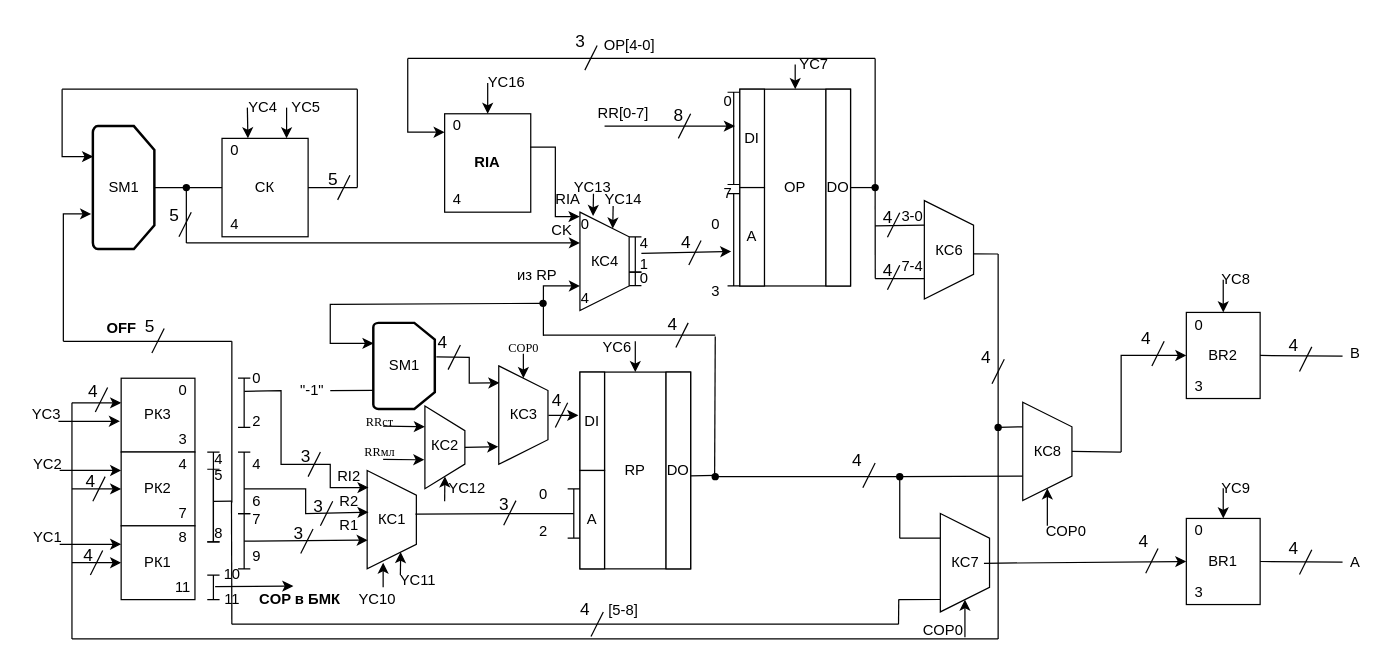
TimurQQ/Workshop keeps this draw.io diagram as func_scheme_BUK.drawio. Above is the earlier version. Source tidied: cells renumbered, new cells numbered last; positions are measured from the earlier drawing's top-left corner, leaving out a move shared by most shapes. Both pictures are drawn from the tidied source at 123%, with x=0, y=0 at pixel (21, 21).
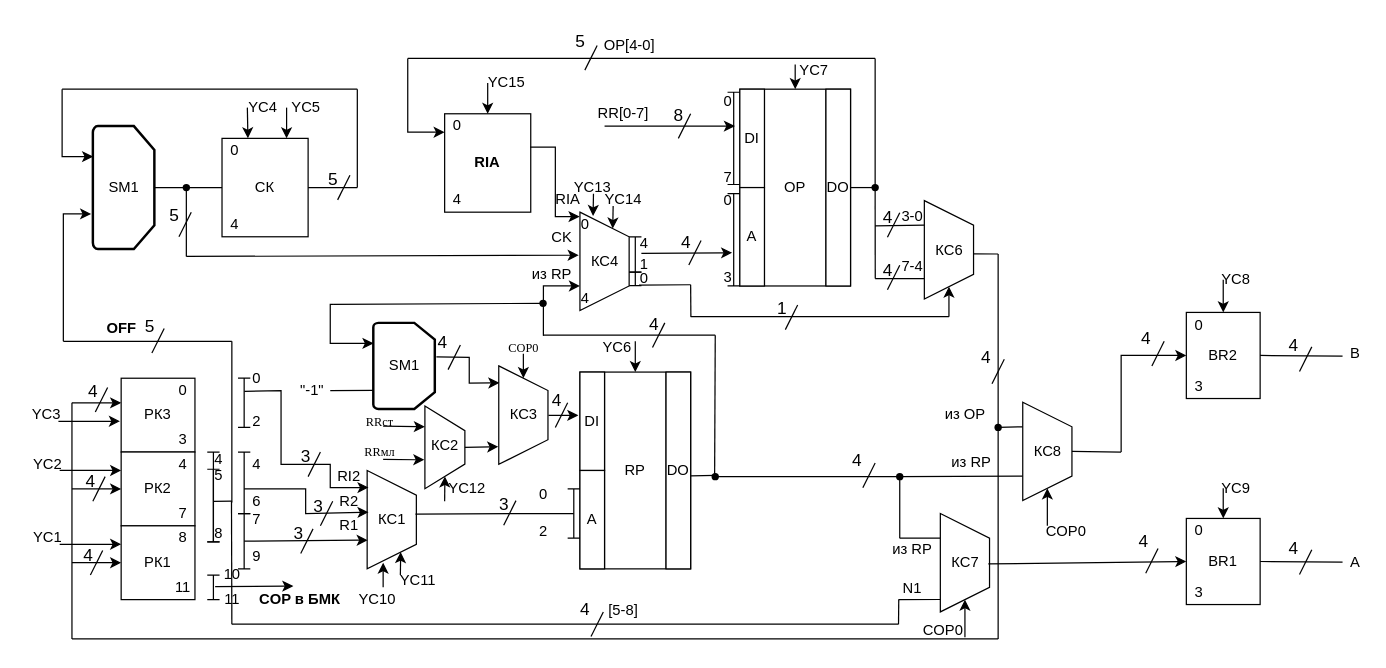
Above is the later version.

The change refers to these unchanged cells:
```xml
<mxCell id="29" value="BR1" style="rounded=0;whiteSpace=wrap;html=1;" parent="1" vertex="1">
  <mxGeometry x="947" y="404" width="60" height="70" as="geometry" />
</mxCell>
<mxCell id="91" style="shape=crossbar;whiteSpace=wrap;html=1;rounded=1;direction=south;" parent="1" vertex="1">
  <mxGeometry x="574" y="140" width="10" height="75" as="geometry" />
</mxCell>
<mxCell id="104" style="shape=trapezoid;perimeter=trapezoidPerimeter;whiteSpace=wrap;html=1;fixedSize=1;rotation=90;" parent="1" vertex="1">
  <mxGeometry x="714" y="165.6" width="80" height="40" as="geometry" />
</mxCell>
<mxCell id="125" style="shape=waypoint;sketch=0;fillStyle=solid;size=6;points=[];fillColor=none;perimeter=centerPerimeter;snapToPoint=1;" parent="1" vertex="1">
  <mxGeometry x="114" y="115" width="40" height="40" as="geometry" />
</mxCell>
<mxCell id="232" value="КС7" style="text;html=1;align=center;verticalAlign=middle;points=[];strokeColor=none;fillColor=none;" parent="1" vertex="1">
  <mxGeometry x="751" y="431" width="32" height="18" as="geometry" />
</mxCell>
<mxCell id="253" value="1" style="text;html=1;align=center;verticalAlign=middle;points=[];strokeColor=none;fillColor=none;" parent="1" vertex="1">
  <mxGeometry x="497" y="188.5" width="17" height="18" as="geometry" />
</mxCell>
```

What changed in the source:
```diff
@@
     <mxCell id="59" style="endArrow=none;html=1;rounded=0;" parent="1" edge="1">
       <mxGeometry relative="1" as="geometry">
         <mxPoint x="563.5" y="370" as="sourcePoint" />
-        <mxPoint x="564" y="256" as="targetPoint" />
+        <mxPoint x="564" y="255" as="targetPoint" />
       </mxGeometry>
     </mxCell>
@@
     <mxCell id="92" value="0" style="text;html=1;align=center;verticalAlign=middle;strokeColor=none;fillColor=none;" parent="1" vertex="1">
-      <mxGeometry x="554" y="155" width="20" height="20" as="geometry" />
+      <mxGeometry x="564" y="136" width="20" height="20" as="geometry" />
     </mxCell>
     <mxCell id="93" value="3" style="text;html=1;align=center;verticalAlign=middle;strokeColor=none;fillColor=none;" parent="1" vertex="1">
-      <mxGeometry x="554" y="210" width="20" height="20" as="geometry" />
+      <mxGeometry x="564" y="198" width="20" height="20" as="geometry" />
     </mxCell>
@@
     <mxCell id="97" value="из RP" style="text;html=1;align=center;verticalAlign=middle;strokeColor=none;fillColor=none;" parent="1" vertex="1">
-      <mxGeometry x="394" y="196.5" width="50" height="20" as="geometry" />
+      <mxGeometry x="406" y="195.6" width="50" height="20" as="geometry" />
     </mxCell>
@@
-    <mxCell id="103" style="endArrow=classic;html=1;rounded=0;exitX=0.408;exitY=0.004;exitDx=0;exitDy=0;exitPerimeter=0;" parent="1" edge="1" source="253">
-      <mxGeometry relative="1" as="geometry">
-        <mxPoint x="577" y="187" as="targetPoint" />
-      </mxGeometry>
+    <mxCell id="103" style="endArrow=classic;html=1;rounded=0;exitX=0.408;exitY=0.004;exitDx=0;exitDy=0;exitPerimeter=0;entryX=0.64;entryY=0.628;entryDx=0;entryDy=0;entryPerimeter=0;" parent="1" edge="1" source="253" target="91">
+      <mxGeometry relative="1" as="geometry" />
     </mxCell>
@@
     <mxCell id="123" style="endArrow=none;html=1;rounded=0;startArrow=none;" parent="1" edge="1" source="125">
       <mxGeometry relative="1" as="geometry">
-        <mxPoint x="134" y="180" as="targetPoint" />
+        <mxPoint x="134" y="191" as="targetPoint" />
       </mxGeometry>
     </mxCell>
     <mxCell id="124" style="endArrow=classic;html=1;rounded=0;" parent="1" edge="1">
       <mxGeometry relative="1" as="geometry">
-        <mxPoint x="134" y="180" as="sourcePoint" />
-        <mxPoint x="454" y="180" as="targetPoint" />
+        <mxPoint x="134" y="191" as="sourcePoint" />
+        <mxPoint x="453" y="190" as="targetPoint" />
       </mxGeometry>
     </mxCell>
@@
     <mxCell id="129" value="CK" style="text;html=1;align=center;verticalAlign=middle;strokeColor=none;fillColor=none;" parent="1" vertex="1">
-      <mxGeometry x="424" y="160" width="30" height="20" as="geometry" />
+      <mxGeometry x="424" y="165.6" width="30" height="20" as="geometry" />
     </mxCell>
@@
     <mxCell id="167" style="endArrow=none;html=1;rounded=0;fontFamily=Helvetica;fontSize=18;" parent="1" edge="1">
       <mxGeometry relative="1" as="geometry">
-        <mxPoint x="532" y="265" as="sourcePoint" />
-        <mxPoint x="542" y="245" as="targetPoint" />
+        <mxPoint x="513" y="265" as="sourcePoint" />
+        <mxPoint x="523" y="245" as="targetPoint" />
       </mxGeometry>
     </mxCell>
     <mxCell id="168" value="&lt;font style=&quot;font-size: 14px;&quot;&gt;4&lt;/font&gt;" style="text;html=1;align=center;verticalAlign=middle;strokeColor=none;fillColor=none;fontSize=18;fontFamily=Helvetica;" parent="1" vertex="1">
-      <mxGeometry x="519" y="230" width="20" height="30" as="geometry" />
+      <mxGeometry x="504" y="230" width="20" height="30" as="geometry" />
     </mxCell>
@@
-    <mxCell id="170" value="&lt;font style=&quot;font-size: 14px;&quot;&gt;3&lt;/font&gt;" style="text;html=1;align=center;verticalAlign=middle;strokeColor=none;fillColor=none;fontSize=18;fontFamily=Helvetica;" parent="1" vertex="1">
-      <mxGeometry x="444" width="20" height="30" as="geometry" />
+    <mxCell id="170" value="&lt;font style=&quot;font-size: 14px;&quot;&gt;5&lt;/font&gt;" style="text;html=1;align=center;verticalAlign=middle;strokeColor=none;fillColor=none;fontSize=18;fontFamily=Helvetica;" parent="1" vertex="1">
+      <mxGeometry x="445" y="1" width="18" height="28" as="geometry" />
     </mxCell>
@@
     <mxCell id="199" value="7" style="text;html=1;align=center;verticalAlign=middle;strokeColor=none;fillColor=none;" parent="1" vertex="1">
-      <mxGeometry x="564" y="130" width="20" height="20" as="geometry" />
+      <mxGeometry x="564" y="116.5" width="20" height="20" as="geometry" />
     </mxCell>
@@
     <mxCell id="211" value="YC7" style="text;html=1;align=center;verticalAlign=middle;strokeColor=none;fillColor=none;fontSize=12;fontFamily=Helvetica;" parent="1" vertex="1">
-      <mxGeometry x="624" y="25" width="40" height="20" as="geometry" />
+      <mxGeometry x="624" y="30" width="40" height="20" as="geometry" />
     </mxCell>
@@
-    <mxCell id="229" value="YC16" style="text;html=1;align=center;verticalAlign=middle;strokeColor=none;fillColor=none;fontSize=12;fontFamily=Helvetica;" parent="1" vertex="1">
-      <mxGeometry x="369" y="40" width="50" height="20" as="geometry" />
+    <mxCell id="229" value="YC15" style="text;html=1;align=center;verticalAlign=middle;strokeColor=none;fillColor=none;fontSize=12;fontFamily=Helvetica;" parent="1" vertex="1">
+      <mxGeometry x="374" y="41" width="40" height="18" as="geometry" />
     </mxCell>
@@
-    <mxCell id="243" style="endArrow=classic;html=1;rounded=0;exitX=0.983;exitY=0.525;exitDx=0;exitDy=0;exitPerimeter=0;entryX=0;entryY=0.5;entryDx=0;entryDy=0;" parent="1" edge="1" source="232" target="29">
-      <mxGeometry relative="1" as="geometry" />
+    <mxCell id="243" style="endArrow=classic;html=1;rounded=0;entryX=0;entryY=0.5;entryDx=0;entryDy=0;" parent="1" edge="1" target="29">
+      <mxGeometry relative="1" as="geometry">
+        <mxPoint x="786" y="441" as="sourcePoint" />
+      </mxGeometry>
     </mxCell>
@@
+    <mxCell id="255" style="endArrow=none;html=1;rounded=0;startArrow=none;" parent="1" edge="1">
+      <mxGeometry relative="1" as="geometry">
+        <mxPoint x="502" y="214.4" as="sourcePoint" />
+        <mxPoint x="544" y="214" as="targetPoint" />
+      </mxGeometry>
+    </mxCell>
+    <mxCell id="256" style="endArrow=none;html=1;rounded=0;" parent="1" edge="1">
+      <mxGeometry relative="1" as="geometry">
+        <mxPoint x="544.2" y="240" as="sourcePoint" />
+        <mxPoint x="544" y="214" as="targetPoint" />
+      </mxGeometry>
+    </mxCell>
+    <mxCell id="257" style="endArrow=none;html=1;rounded=0;startArrow=none;" parent="1" edge="1">
+      <mxGeometry relative="1" as="geometry">
+        <mxPoint x="544" y="240" as="sourcePoint" />
+        <mxPoint x="754" y="240" as="targetPoint" />
+      </mxGeometry>
+    </mxCell>
+    <mxCell id="258" style="endArrow=none;html=1;rounded=0;fontFamily=Helvetica;fontSize=18;" parent="1" edge="1">
+      <mxGeometry relative="1" as="geometry">
+        <mxPoint x="621" y="250.5" as="sourcePoint" />
+        <mxPoint x="631" y="230.5" as="targetPoint" />
+      </mxGeometry>
+    </mxCell>
+    <mxCell id="259" value="&lt;font style=&quot;font-size: 14px;&quot;&gt;1&lt;/font&gt;" style="text;html=1;align=center;verticalAlign=middle;strokeColor=none;fillColor=none;fontSize=18;fontFamily=Helvetica;" parent="1" vertex="1">
+      <mxGeometry x="609" y="217.5" width="18" height="28" as="geometry" />
+    </mxCell>
+    <mxCell id="260" style="endArrow=classic;html=1;rounded=0;entryX=1;entryY=0.5;entryDx=0;entryDy=0;" parent="1" edge="1" target="104">
+      <mxGeometry relative="1" as="geometry">
+        <mxPoint x="754" y="240" as="sourcePoint" />
+      </mxGeometry>
+    </mxCell>
+    <mxCell id="261" value="из RP" style="text;html=1;align=center;verticalAlign=middle;strokeColor=none;fillColor=none;" parent="1" vertex="1">
+      <mxGeometry x="703" y="420" width="42" height="18" as="geometry" />
+    </mxCell>
+    <mxCell id="262" value="N1" style="text;html=1;align=center;verticalAlign=middle;strokeColor=none;fillColor=none;" parent="1" vertex="1">
+      <mxGeometry x="711.5" y="452" width="25" height="18" as="geometry" />
+    </mxCell>
+    <mxCell id="263" value="из OP" style="text;html=1;align=center;verticalAlign=middle;strokeColor=none;fillColor=none;" parent="1" vertex="1">
+      <mxGeometry x="745.5" y="311" width="43" height="18" as="geometry" />
+    </mxCell>
+    <mxCell id="264" value="из RP" style="text;html=1;align=center;verticalAlign=middle;strokeColor=none;fillColor=none;" parent="1" vertex="1">
+      <mxGeometry x="751" y="349.5" width="42" height="18" as="geometry" />
+    </mxCell>
```
